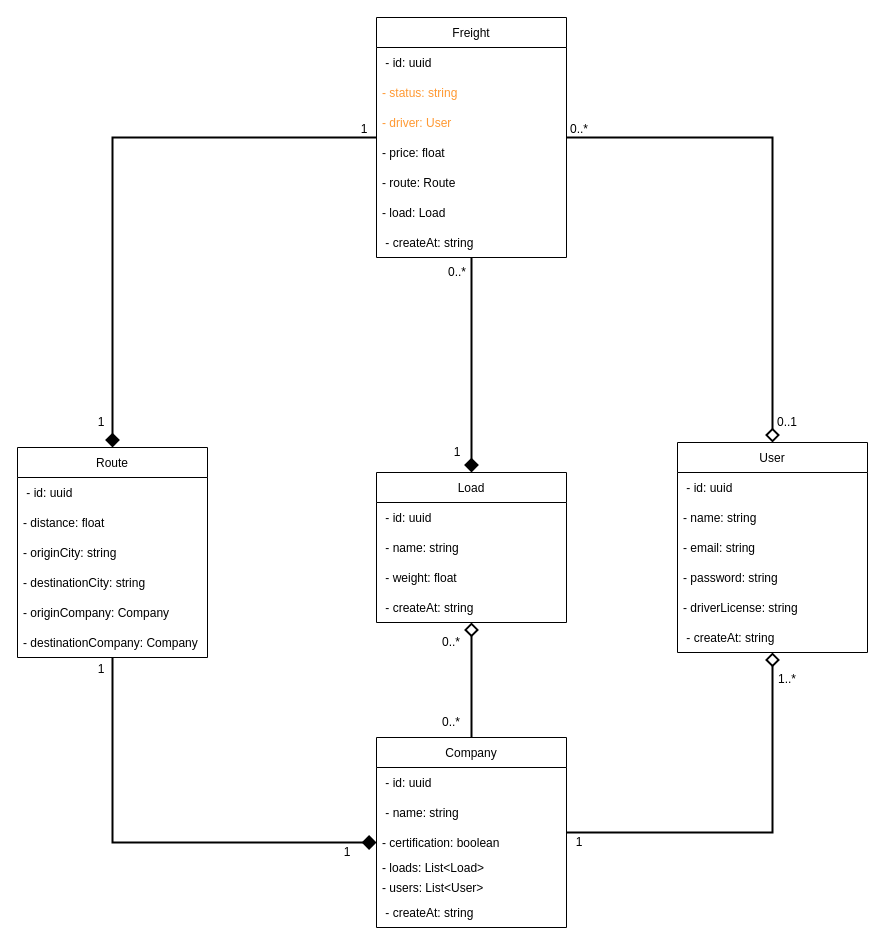
The draw.io diagram page "Diagrama de Clase" (1 of 2) of diagramaDeClasse-TecnologiaEmDesenvolvimentoDeSistemas.drawio in rafaelomodei/meufrete, before the edit. Source tidied: cells renumbered, new cells numbered last; positions are measured from the earlier drawing's top-left corner, leaving out a move shared by most shapes. Both pictures are drawn from the tidied source at 100%, with x=0, y=0 at pixel (17, 17).
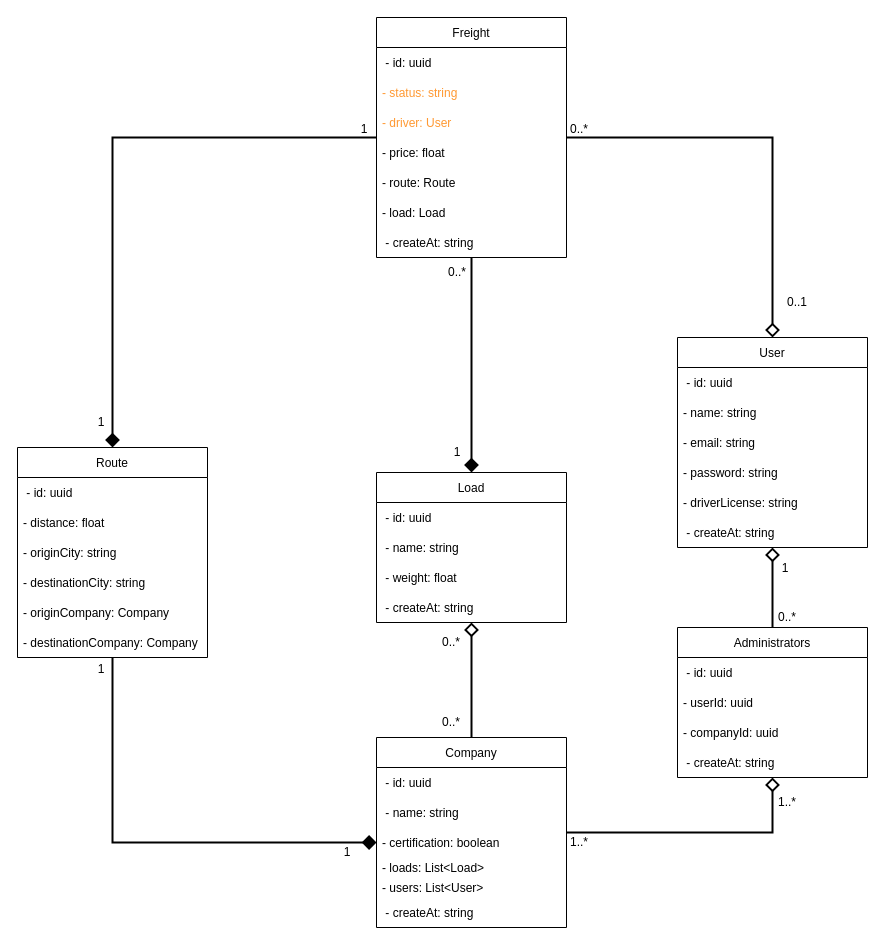
The same diagram, later.

The change refers to these unchanged cells:
```xml
<mxCell id="4" value="Company" style="swimlane;fontStyle=0;horizontal=1;startSize=30;" parent="1" vertex="1">
  <mxGeometry x="359" y="720" width="190" height="190" as="geometry" />
</mxCell>
```

What changed in the source:
```diff
@@
-    <mxCell id="3" style="edgeStyle=orthogonalEdgeStyle;rounded=0;jettySize=auto;html=1;strokeWidth=2;fontColor=#FF9933;endArrow=diamond;endFill=0;endSize=10;" parent="1" edge="1" source="4" target="35">
-      <mxGeometry relative="1" as="geometry" />
+    <mxCell id="3" style="edgeStyle=orthogonalEdgeStyle;rounded=0;jettySize=auto;html=1;strokeWidth=2;fontColor=#FF9933;endArrow=diamond;endFill=0;endSize=10;" parent="1" edge="1" source="4" target="55">
+      <mxGeometry relative="1" as="geometry">
+        <Array as="points">
+          <mxPoint x="755" y="815" />
+        </Array>
+      </mxGeometry>
     </mxCell>
@@
     <mxCell id="35" value="User" style="swimlane;fontStyle=0;horizontal=1;startSize=30;" parent="1" vertex="1">
-      <mxGeometry x="660" y="425" width="190" height="210" as="geometry" />
+      <mxGeometry x="660" y="320" width="190" height="210" as="geometry" />
     </mxCell>
@@
     <mxCell id="43" value="0..1" style="text;html=1;strokeColor=none;fillColor=none;align=center;verticalAlign=middle;whiteSpace=wrap;rounded=0;" parent="1" vertex="1">
-      <mxGeometry x="760" y="400" width="20" height="10" as="geometry" />
+      <mxGeometry x="770" y="280" width="20" height="10" as="geometry" />
     </mxCell>
@@
-    <mxCell id="51" value="1..*" style="text;html=1;strokeColor=none;fillColor=none;align=center;verticalAlign=middle;whiteSpace=wrap;rounded=0;" parent="1" vertex="1">
-      <mxGeometry x="760" y="657" width="20" height="10" as="geometry" />
-    </mxCell>
-    <mxCell id="52" value="1" style="text;html=1;strokeColor=none;fillColor=none;align=center;verticalAlign=middle;whiteSpace=wrap;rounded=0;" parent="1" vertex="1">
+    <mxCell id="52" value="1..*" style="text;html=1;strokeColor=none;fillColor=none;align=center;verticalAlign=middle;whiteSpace=wrap;rounded=0;" parent="1" vertex="1">
       <mxGeometry x="552" y="820" width="20" height="10" as="geometry" />
     </mxCell>
@@
+    <mxCell id="54" style="edgeStyle=orthogonalEdgeStyle;rounded=0;jettySize=auto;html=1;strokeWidth=2;fontColor=#FF9933;endArrow=diamond;endFill=0;endSize=10;" parent="1" edge="1" source="55" target="35">
+      <mxGeometry relative="1" as="geometry" />
+    </mxCell>
+    <mxCell id="55" value="Administrators" style="swimlane;fontStyle=0;horizontal=1;startSize=30;" parent="1" vertex="1">
+      <mxGeometry x="660" y="610" width="190" height="150" as="geometry" />
+    </mxCell>
+    <mxCell id="56" value=" - id: uuid" style="text;strokeColor=none;fillColor=none;align=left;verticalAlign=middle;spacingLeft=4;spacingRight=4;overflow=hidden;" parent="55" vertex="1">
+      <mxGeometry y="30" width="190" height="30" as="geometry" />
+    </mxCell>
+    <mxCell id="57" value="- userId: uuid" style="text;strokeColor=none;fillColor=none;align=left;verticalAlign=middle;spacingLeft=4;spacingRight=4;overflow=hidden;" parent="55" vertex="1">
+      <mxGeometry y="60" width="190" height="30" as="geometry" />
+    </mxCell>
+    <mxCell id="58" value="- companyId: uuid" style="text;strokeColor=none;fillColor=none;align=left;verticalAlign=middle;spacingLeft=4;spacingRight=4;overflow=hidden;" parent="55" vertex="1">
+      <mxGeometry y="90" width="190" height="30" as="geometry" />
+    </mxCell>
+    <mxCell id="59" value=" - createAt: string" style="text;strokeColor=none;fillColor=none;align=left;verticalAlign=middle;spacingLeft=4;spacingRight=4;overflow=hidden;" parent="55" vertex="1">
+      <mxGeometry y="120" width="190" height="30" as="geometry" />
+    </mxCell>
+    <mxCell id="51" value="1..*" style="text;html=1;strokeColor=none;fillColor=none;align=center;verticalAlign=middle;whiteSpace=wrap;rounded=0;" parent="1" vertex="1">
+      <mxGeometry x="760" y="780" width="20" height="10" as="geometry" />
+    </mxCell>
+    <mxCell id="60" value="0..*" style="text;html=1;strokeColor=none;fillColor=none;align=center;verticalAlign=middle;whiteSpace=wrap;rounded=0;" parent="1" vertex="1">
+      <mxGeometry x="760" y="595" width="20" height="10" as="geometry" />
+    </mxCell>
+    <mxCell id="61" value="1" style="text;html=1;strokeColor=none;fillColor=none;align=center;verticalAlign=middle;whiteSpace=wrap;rounded=0;" parent="1" vertex="1">
+      <mxGeometry x="758" y="546" width="20" height="10" as="geometry" />
+    </mxCell>
```
